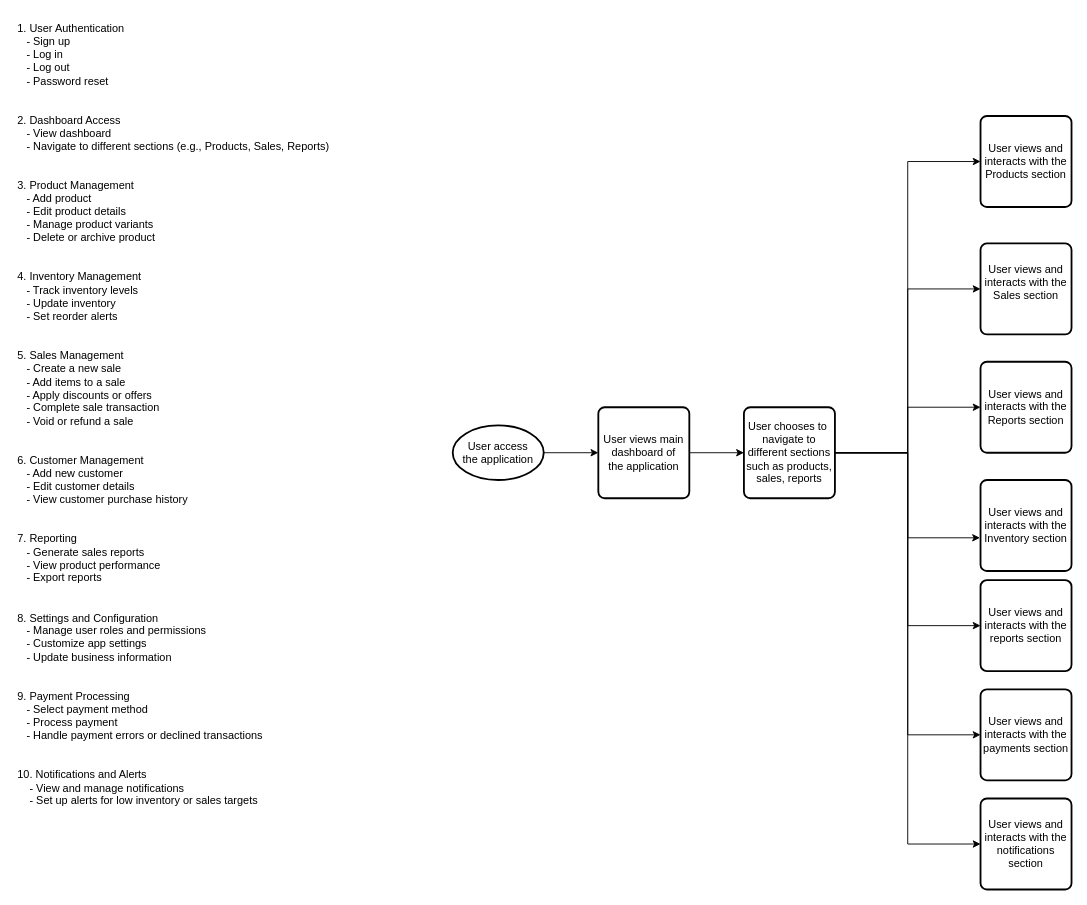
The draw.io diagram page "Dashboard" (2 of 5) of client/user-flows.drawio in curtisPene/swiftPOS, before the edit. Source tidied: cells renumbered, new cells numbered last; positions are measured from the earlier drawing's top-left corner, leaving out a move shared by most shapes. Both pictures are drawn from the tidied source at 91%, with x=0, y=0 at pixel (15, 15).
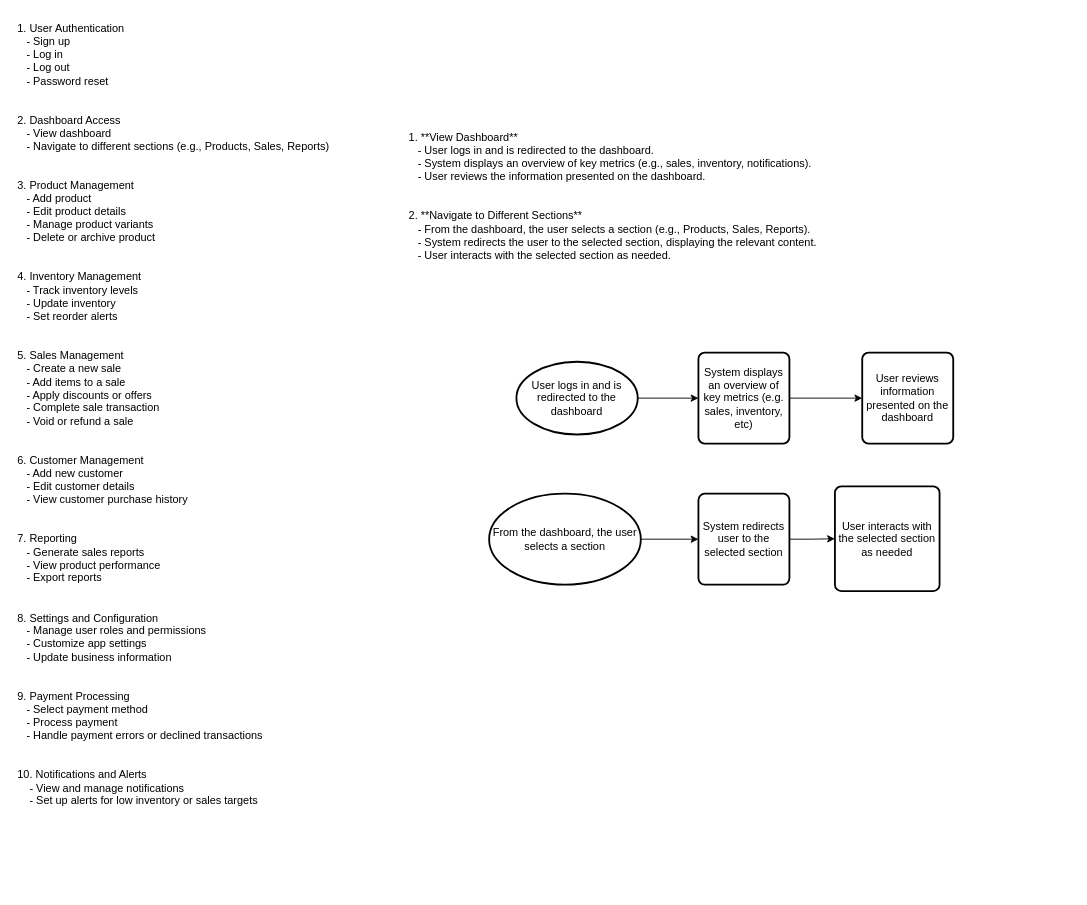
The same page after the edit.

Diff of the diagram source:
```diff
@@
-    <mxCell id="2" style="edgeStyle=orthogonalEdgeStyle;rounded=0;jettySize=auto;html=1;exitX=1;exitY=0.5;exitDx=0;exitDy=0;exitPerimeter=0;entryX=0;entryY=0.5;entryDx=0;entryDy=0;" parent="1" edge="1" source="3" target="5">
-      <mxGeometry relative="1" as="geometry" />
-    </mxCell>
-    <mxCell id="3" value="User access&lt;div&gt;the application&lt;/div&gt;" style="strokeWidth=2;html=1;shape=mxgraph.flowchart.start_1;whiteSpace=wrap;" parent="1" vertex="1">
-      <mxGeometry x="480" y="450" width="100" height="60" as="geometry" />
-    </mxCell>
-    <mxCell id="4" style="edgeStyle=orthogonalEdgeStyle;rounded=0;jettySize=auto;html=1;exitX=1;exitY=0.5;exitDx=0;exitDy=0;entryX=0;entryY=0.5;entryDx=0;entryDy=0;" parent="1" edge="1" source="5" target="12">
-      <mxGeometry relative="1" as="geometry" />
-    </mxCell>
-    <mxCell id="5" value="User views main&lt;div&gt;dashboard of&lt;/div&gt;&lt;div&gt;the application&lt;/div&gt;" style="rounded=1;whiteSpace=wrap;html=1;absoluteArcSize=1;arcSize=14;strokeWidth=2;" parent="1" vertex="1">
-      <mxGeometry x="640" y="430" width="100" height="100" as="geometry" />
-    </mxCell>
-    <mxCell id="6" style="edgeStyle=orthogonalEdgeStyle;rounded=0;jettySize=auto;html=1;exitX=1;exitY=0.5;exitDx=0;exitDy=0;entryX=0;entryY=0.5;entryDx=0;entryDy=0;" parent="1" edge="1" source="12" target="13">
-      <mxGeometry relative="1" as="geometry" />
-    </mxCell>
-    <mxCell id="7" style="edgeStyle=orthogonalEdgeStyle;rounded=0;jettySize=auto;html=1;exitX=1;exitY=0.5;exitDx=0;exitDy=0;entryX=0;entryY=0.5;entryDx=0;entryDy=0;" parent="1" edge="1" source="12" target="14">
-      <mxGeometry relative="1" as="geometry" />
-    </mxCell>
-    <mxCell id="8" style="edgeStyle=orthogonalEdgeStyle;rounded=0;jettySize=auto;html=1;exitX=1;exitY=0.5;exitDx=0;exitDy=0;entryX=0;entryY=0.5;entryDx=0;entryDy=0;" parent="1" edge="1" source="12" target="15">
-      <mxGeometry relative="1" as="geometry" />
-    </mxCell>
-    <mxCell id="9" style="edgeStyle=orthogonalEdgeStyle;rounded=0;jettySize=auto;html=1;exitX=1;exitY=0.5;exitDx=0;exitDy=0;entryX=0;entryY=0.5;entryDx=0;entryDy=0;" parent="1" edge="1" source="12" target="17">
-      <mxGeometry relative="1" as="geometry" />
-    </mxCell>
-    <mxCell id="10" style="edgeStyle=orthogonalEdgeStyle;rounded=0;jettySize=auto;html=1;exitX=1;exitY=0.5;exitDx=0;exitDy=0;entryX=0;entryY=0.5;entryDx=0;entryDy=0;" parent="1" edge="1" source="12" target="18">
-      <mxGeometry relative="1" as="geometry" />
-    </mxCell>
-    <mxCell id="11" style="edgeStyle=orthogonalEdgeStyle;rounded=0;jettySize=auto;html=1;exitX=1;exitY=0.5;exitDx=0;exitDy=0;entryX=0;entryY=0.5;entryDx=0;entryDy=0;" parent="1" edge="1" source="12" target="19">
-      <mxGeometry relative="1" as="geometry" />
-    </mxCell>
-    <mxCell id="12" value="User chooses to&amp;nbsp;&lt;div&gt;navigate to different sections such as products,&lt;/div&gt;&lt;div&gt;sales, reports&lt;/div&gt;" style="rounded=1;whiteSpace=wrap;html=1;absoluteArcSize=1;arcSize=14;strokeWidth=2;" parent="1" vertex="1">
-      <mxGeometry x="800" y="430" width="100" height="100" as="geometry" />
-    </mxCell>
-    <mxCell id="13" value="User views and interacts with the Products section" style="rounded=1;whiteSpace=wrap;html=1;absoluteArcSize=1;arcSize=14;strokeWidth=2;" parent="1" vertex="1">
-      <mxGeometry x="1060" y="110" width="100" height="100" as="geometry" />
-    </mxCell>
-    <mxCell id="14" value="&#10;User views and interacts with the Sales section&#10;&#10;" style="rounded=1;whiteSpace=wrap;html=1;absoluteArcSize=1;arcSize=14;strokeWidth=2;" parent="1" vertex="1">
-      <mxGeometry x="1060" y="250" width="100" height="100" as="geometry" />
-    </mxCell>
-    <mxCell id="15" value="User views and interacts with the Reports section" style="rounded=1;whiteSpace=wrap;html=1;absoluteArcSize=1;arcSize=14;strokeWidth=2;" parent="1" vertex="1">
-      <mxGeometry x="1060" y="380" width="100" height="100" as="geometry" />
-    </mxCell>
-    <mxCell id="16" value="User views and interacts with the Inventory section" style="rounded=1;whiteSpace=wrap;html=1;absoluteArcSize=1;arcSize=14;strokeWidth=2;" parent="1" vertex="1">
-      <mxGeometry x="1060" y="510" width="100" height="100" as="geometry" />
-    </mxCell>
-    <mxCell id="17" value="User views and interacts with the reports section" style="rounded=1;whiteSpace=wrap;html=1;absoluteArcSize=1;arcSize=14;strokeWidth=2;" parent="1" vertex="1">
-      <mxGeometry x="1060" y="620" width="100" height="100" as="geometry" />
-    </mxCell>
-    <mxCell id="18" value="User views and interacts with the payments section" style="rounded=1;whiteSpace=wrap;html=1;absoluteArcSize=1;arcSize=14;strokeWidth=2;" parent="1" vertex="1">
-      <mxGeometry x="1060" y="740" width="100" height="100" as="geometry" />
-    </mxCell>
-    <mxCell id="19" value="User views and interacts with the notifications section" style="rounded=1;whiteSpace=wrap;html=1;absoluteArcSize=1;arcSize=14;strokeWidth=2;" parent="1" vertex="1">
-      <mxGeometry x="1060" y="860" width="100" height="100" as="geometry" />
-    </mxCell>
-    <mxCell id="20" style="edgeStyle=orthogonalEdgeStyle;rounded=0;jettySize=auto;html=1;exitX=1;exitY=0.5;exitDx=0;exitDy=0;entryX=-0.006;entryY=0.635;entryDx=0;entryDy=0;entryPerimeter=0;" parent="1" edge="1" source="12" target="16">
-      <mxGeometry relative="1" as="geometry" />
-    </mxCell>
@@
+    <mxCell id="22" value="1. **View Dashboard**&#10;   - User logs in and is redirected to the dashboard.&#10;   - System displays an overview of key metrics (e.g., sales, inventory, notifications).&#10;   - User reviews the information presented on the dashboard.&#10;&#10;&#10;2. **Navigate to Different Sections**&#10;   - From the dashboard, the user selects a section (e.g., Products, Sales, Reports).&#10;   - System redirects the user to the selected section, displaying the relevant content.&#10;   - User interacts with the selected section as needed." style="text;whiteSpace=wrap;" parent="1" vertex="1">
+      <mxGeometry x="430" y="120" width="480" height="170" as="geometry" />
+    </mxCell>
+    <mxCell id="23" style="edgeStyle=orthogonalEdgeStyle;rounded=0;jettySize=auto;html=1;exitX=1;exitY=0.5;exitDx=0;exitDy=0;exitPerimeter=0;entryX=0;entryY=0.5;entryDx=0;entryDy=0;" parent="1" edge="1" source="24" target="26">
+      <mxGeometry relative="1" as="geometry" />
+    </mxCell>
+    <mxCell id="24" value="User logs in and is redirected to the dashboard" style="strokeWidth=2;html=1;shape=mxgraph.flowchart.start_1;whiteSpace=wrap;" parent="1" vertex="1">
+      <mxGeometry x="550" y="380" width="133.3" height="80" as="geometry" />
+    </mxCell>
+    <mxCell id="25" style="edgeStyle=orthogonalEdgeStyle;rounded=0;jettySize=auto;html=1;exitX=1;exitY=0.5;exitDx=0;exitDy=0;entryX=0;entryY=0.5;entryDx=0;entryDy=0;" parent="1" edge="1" source="26" target="27">
+      <mxGeometry relative="1" as="geometry" />
+    </mxCell>
+    <mxCell id="26" value="System displays an overview of key metrics (e.g. sales, inventory, etc)" style="rounded=1;whiteSpace=wrap;html=1;absoluteArcSize=1;arcSize=14;strokeWidth=2;" parent="1" vertex="1">
+      <mxGeometry x="750" y="370" width="100" height="100" as="geometry" />
+    </mxCell>
+    <mxCell id="27" value="User reviews information presented on the dashboard" style="rounded=1;whiteSpace=wrap;html=1;absoluteArcSize=1;arcSize=14;strokeWidth=2;" parent="1" vertex="1">
+      <mxGeometry x="930" y="370" width="100" height="100" as="geometry" />
+    </mxCell>
+    <mxCell id="28" style="edgeStyle=orthogonalEdgeStyle;rounded=0;jettySize=auto;html=1;exitX=1;exitY=0.5;exitDx=0;exitDy=0;exitPerimeter=0;entryX=0;entryY=0.5;entryDx=0;entryDy=0;" parent="1" edge="1" source="29" target="31">
+      <mxGeometry relative="1" as="geometry" />
+    </mxCell>
+    <mxCell id="29" value="From the dashboard, the user selects a section" style="strokeWidth=2;html=1;shape=mxgraph.flowchart.start_1;whiteSpace=wrap;" parent="1" vertex="1">
+      <mxGeometry x="520" y="525" width="166.7" height="100" as="geometry" />
+    </mxCell>
+    <mxCell id="30" style="edgeStyle=orthogonalEdgeStyle;rounded=0;jettySize=auto;html=1;exitX=1;exitY=0.5;exitDx=0;exitDy=0;entryX=0;entryY=0.5;entryDx=0;entryDy=0;" parent="1" edge="1" source="31" target="32">
+      <mxGeometry relative="1" as="geometry" />
+    </mxCell>
+    <mxCell id="31" value="System redirects user to the selected section" style="rounded=1;whiteSpace=wrap;html=1;absoluteArcSize=1;arcSize=14;strokeWidth=2;" parent="1" vertex="1">
+      <mxGeometry x="750" y="525" width="100" height="100" as="geometry" />
+    </mxCell>
+    <mxCell id="32" value="User interacts with the selected section as needed" style="rounded=1;whiteSpace=wrap;html=1;absoluteArcSize=1;arcSize=14;strokeWidth=2;" parent="1" vertex="1">
+      <mxGeometry x="900" y="517" width="115" height="115" as="geometry" />
+    </mxCell>
```
